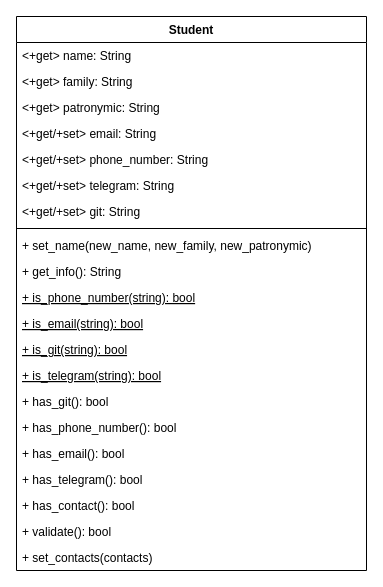
Above: lab2/docs/ClassDiagram.drawio in KirSaxhlil/PatternLabs (draw.io), before the change. Source tidied: cells renumbered, new cells numbered last; positions are measured from the earlier drawing's top-left corner, leaving out a move shared by most shapes. Both pictures are drawn from the tidied source at 100%, with x=0, y=0 at pixel (16, 16).
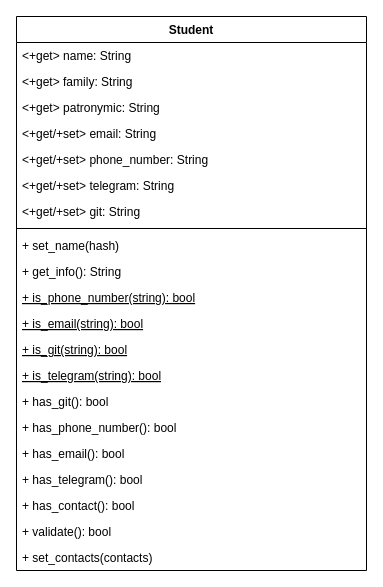
After the change.

Commit message (it also covers changes not shown here):
Lab2 ex1 "set_name" changed

"set_name" now get hash instead of three parameters.

Unchanged cells that the change refers to:
```xml
<mxCell id="2" value="Student" style="swimlane;fontStyle=1;align=center;verticalAlign=top;horizontal=1;startSize=26;fillColor=default;swimlaneFillColor=default;" parent="1" vertex="1">
  <mxGeometry width="350" height="554" as="geometry" />
</mxCell>
```

Diff of the diagram source:
```diff
@@
-    <mxCell id="11" value="+ set_name(new_name, new_family, new_patronymic)" style="text;strokeColor=none;fillColor=none;align=left;verticalAlign=top;spacingLeft=4;spacingRight=4;overflow=hidden;fontStyle=0;" parent="2" vertex="1">
+    <mxCell id="11" value="+ set_name(hash)" style="text;strokeColor=none;fillColor=none;align=left;verticalAlign=top;spacingLeft=4;spacingRight=4;overflow=hidden;fontStyle=0;" parent="2" vertex="1">
       <mxGeometry y="216" width="350" height="26" as="geometry" />
     </mxCell>
```
